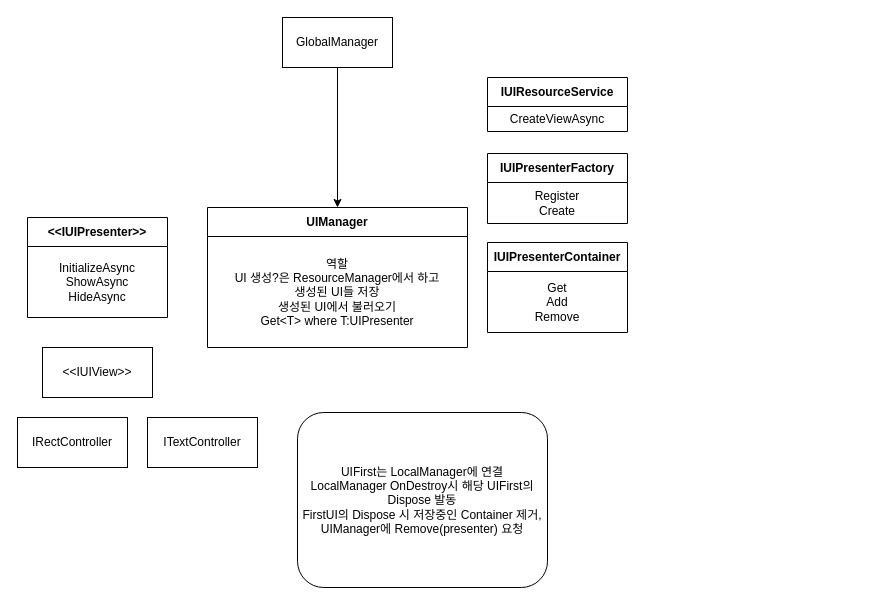
Earlier version of the draw.io diagram page "UIManager" (7 of 9) of Diagram.drawio (ClapJeong/LRGame). Source tidied: cells renumbered, new cells numbered last; positions are measured from the earlier drawing's top-left corner, leaving out a move shared by most shapes. Both pictures are drawn from the tidied source at 100%, with x=0, y=0 at pixel (17, 17).
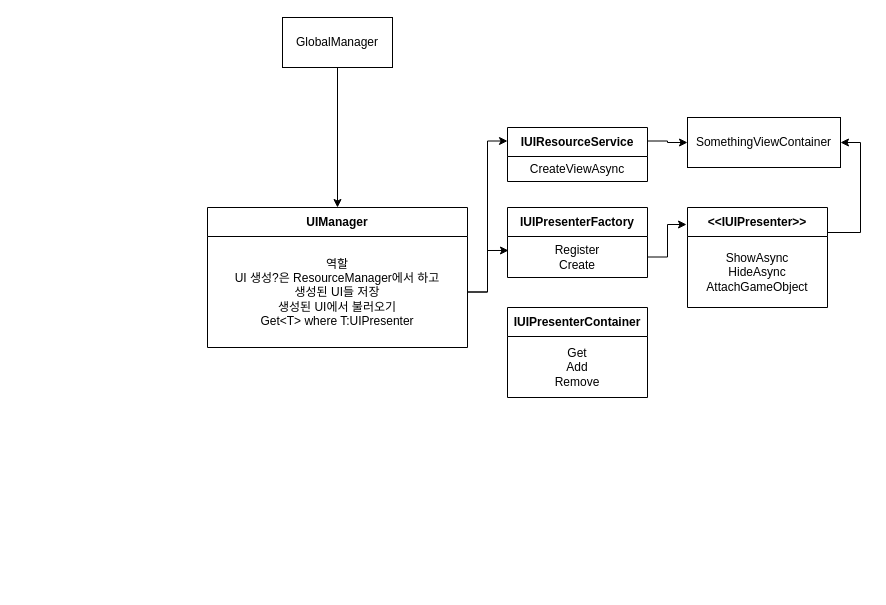
The same diagram, later.

What changed in the source:
```diff
@@
 <mxGraphModel>
   <root>
     <mxCell id="0" />
     <mxCell id="1" parent="0" />
     <mxCell id="2" value="UIManager" style="swimlane;fontStyle=1;align=center;verticalAlign=middle;horizontal=1;startSize=29;html=1;whiteSpace=wrap;" parent="1" vertex="1">
       <mxGeometry x="190" y="190" width="260" height="140" as="geometry" />
     </mxCell>
     <mxCell id="3" value="&lt;div&gt;역할&lt;/div&gt;&lt;div&gt;UI 생성?은 ResourceManager에서 하고&lt;/div&gt;&lt;div&gt;생성된 UI들 저장&lt;/div&gt;&lt;div&gt;생성된 UI에서 불러오기&lt;/div&gt;Get&amp;lt;T&amp;gt; where T:UIPresenter" style="text;html=1;strokeColor=none;fillColor=none;align=center;verticalAlign=middle;spacingLeft=4;spacingRight=4;overflow=hidden;points=[[0,0.5],[1,0.5]];portConstraint=eastwest;whiteSpace=wrap;" parent="2" vertex="1">
       <mxGeometry y="29" width="260" height="111" as="geometry" />
     </mxCell>
     <mxCell id="4" style="edgeStyle=orthogonalEdgeStyle;rounded=0;jettySize=auto;html=1;exitX=0.5;exitY=1;exitDx=0;exitDy=0;entryX=0.5;entryY=0;entryDx=0;entryDy=0;" parent="1" edge="1" source="5" target="2">
       <mxGeometry relative="1" as="geometry" />
     </mxCell>
     <mxCell id="5" value="GlobalManager" style="html=1;whiteSpace=wrap;" parent="1" vertex="1">
       <mxGeometry x="265" width="110" height="50" as="geometry" />
     </mxCell>
+    <mxCell id="18" style="edgeStyle=orthogonalEdgeStyle;rounded=0;jettySize=auto;html=1;exitX=1;exitY=0.25;exitDx=0;exitDy=0;entryX=1;entryY=0.5;entryDx=0;entryDy=0;" parent="1" edge="1" source="6" target="22">
+      <mxGeometry relative="1" as="geometry" />
+    </mxCell>
     <mxCell id="6" value="&amp;lt;&amp;lt;IUIPresenter&amp;gt;&amp;gt;" style="swimlane;fontStyle=1;align=center;verticalAlign=middle;horizontal=1;startSize=29;html=1;whiteSpace=wrap;" parent="1" vertex="1">
-      <mxGeometry x="10" y="200" width="140" height="100" as="geometry" />
+      <mxGeometry x="670" y="190" width="140" height="100" as="geometry" />
     </mxCell>
-    <mxCell id="7" value="InitializeAsync&lt;div&gt;ShowAsync&lt;/div&gt;&lt;div&gt;HideAsync&lt;/div&gt;" style="text;html=1;strokeColor=none;fillColor=none;align=center;verticalAlign=middle;spacingLeft=4;spacingRight=4;overflow=hidden;whiteSpace=wrap;" parent="6" vertex="1">
+    <mxCell id="7" value="&lt;div&gt;ShowAsync&lt;/div&gt;&lt;div&gt;HideAsync&lt;/div&gt;&lt;div&gt;AttachGameObject&lt;/div&gt;" style="text;html=1;strokeColor=none;fillColor=none;align=center;verticalAlign=middle;spacingLeft=4;spacingRight=4;overflow=hidden;whiteSpace=wrap;" parent="6" vertex="1">
       <mxGeometry y="29" width="140" height="71" as="geometry" />
     </mxCell>
-    <mxCell id="8" value="&amp;lt;&amp;lt;IUIView&amp;gt;&amp;gt;" style="html=1;whiteSpace=wrap;" parent="1" vertex="1">
-      <mxGeometry x="25" y="330" width="110" height="50" as="geometry" />
-    </mxCell>
-    <mxCell id="9" value="IRectController" style="html=1;whiteSpace=wrap;" parent="1" vertex="1">
-      <mxGeometry y="400" width="110" height="50" as="geometry" />
-    </mxCell>
-    <mxCell id="10" value="ITextController" style="html=1;whiteSpace=wrap;" parent="1" vertex="1">
-      <mxGeometry x="130" y="400" width="110" height="50" as="geometry" />
-    </mxCell>
+    <mxCell id="19" style="edgeStyle=orthogonalEdgeStyle;rounded=0;jettySize=auto;html=1;exitX=1;exitY=0.25;exitDx=0;exitDy=0;entryX=0;entryY=0.5;entryDx=0;entryDy=0;" parent="1" edge="1" source="11" target="22">
+      <mxGeometry relative="1" as="geometry" />
+    </mxCell>
     <mxCell id="11" value="IUIResourceService" style="swimlane;fontStyle=1;align=center;verticalAlign=middle;horizontal=1;startSize=29;html=1;whiteSpace=wrap;" parent="1" vertex="1">
-      <mxGeometry x="470" y="60" width="140" height="54" as="geometry" />
+      <mxGeometry x="490" y="110" width="140" height="54" as="geometry" />
     </mxCell>
     <mxCell id="12" value="CreateViewAsync" style="text;html=1;strokeColor=none;fillColor=none;align=center;verticalAlign=middle;spacingLeft=4;spacingRight=4;overflow=hidden;whiteSpace=wrap;" parent="11" vertex="1">
       <mxGeometry y="29" width="140" height="25" as="geometry" />
     </mxCell>
     <mxCell id="13" value="IUIPresenterFactory" style="swimlane;fontStyle=1;align=center;verticalAlign=middle;horizontal=1;startSize=29;html=1;whiteSpace=wrap;" parent="1" vertex="1">
-      <mxGeometry x="470" y="136" width="140" height="70" as="geometry" />
+      <mxGeometry x="490" y="190" width="140" height="70" as="geometry" />
     </mxCell>
     <mxCell id="14" value="Register&lt;div&gt;Create&lt;/div&gt;" style="text;html=1;strokeColor=none;fillColor=none;align=center;verticalAlign=middle;spacingLeft=4;spacingRight=4;overflow=hidden;points=[[0,0.5],[1,0.5]];portConstraint=eastwest;whiteSpace=wrap;" parent="13" vertex="1">
       <mxGeometry y="29" width="140" height="41" as="geometry" />
     </mxCell>
     <mxCell id="15" value="IUIPresenterContainer" style="swimlane;fontStyle=1;align=center;verticalAlign=middle;horizontal=1;startSize=29;html=1;whiteSpace=wrap;" parent="1" vertex="1">
-      <mxGeometry x="470" y="225" width="140" height="90" as="geometry" />
+      <mxGeometry x="490" y="290" width="140" height="90" as="geometry" />
     </mxCell>
     <mxCell id="16" value="Get&lt;div&gt;Add&lt;/div&gt;&lt;div&gt;Remove&lt;/div&gt;" style="text;html=1;strokeColor=none;fillColor=none;align=center;verticalAlign=middle;spacingLeft=4;spacingRight=4;overflow=hidden;whiteSpace=wrap;" parent="15" vertex="1">
       <mxGeometry y="29" width="140" height="61" as="geometry" />
     </mxCell>
-    <mxCell id="17" value="UIFirst는 LocalManager에 연결&lt;div&gt;LocalManager OnDestroy시 해당 UIFirst의 Dispose 발동&lt;/div&gt;&lt;div&gt;FirstUI의 Dispose 시 저장중인 Container 제거, UIManager에 Remove(presenter) 요청&lt;/div&gt;" style="rounded=1;whiteSpace=wrap;html=1;" parent="1" vertex="1">
-      <mxGeometry x="280" y="395" width="250" height="175" as="geometry" />
-    </mxCell>
+    <mxCell id="20" style="edgeStyle=orthogonalEdgeStyle;rounded=0;jettySize=auto;html=1;exitX=1;exitY=0.5;exitDx=0;exitDy=0;entryX=0.007;entryY=0.341;entryDx=0;entryDy=0;entryPerimeter=0;" parent="1" edge="1" source="3" target="14">
+      <mxGeometry relative="1" as="geometry" />
+    </mxCell>
+    <mxCell id="21" style="edgeStyle=orthogonalEdgeStyle;rounded=0;jettySize=auto;html=1;exitX=1;exitY=0.5;exitDx=0;exitDy=0;entryX=-0.007;entryY=0.17;entryDx=0;entryDy=0;entryPerimeter=0;" parent="1" edge="1" source="14" target="6">
+      <mxGeometry relative="1" as="geometry" />
+    </mxCell>
+    <mxCell id="22" value="SomethingViewContainer" style="html=1;whiteSpace=wrap;" parent="1" vertex="1">
+      <mxGeometry x="670" y="100" width="153" height="50" as="geometry" />
+    </mxCell>
+    <mxCell id="23" style="edgeStyle=orthogonalEdgeStyle;rounded=0;jettySize=auto;html=1;exitX=1;exitY=0.5;exitDx=0;exitDy=0;entryX=0;entryY=0.25;entryDx=0;entryDy=0;" parent="1" edge="1" source="3" target="11">
+      <mxGeometry relative="1" as="geometry" />
+    </mxCell>
   </root>
 </mxGraphModel>
```
